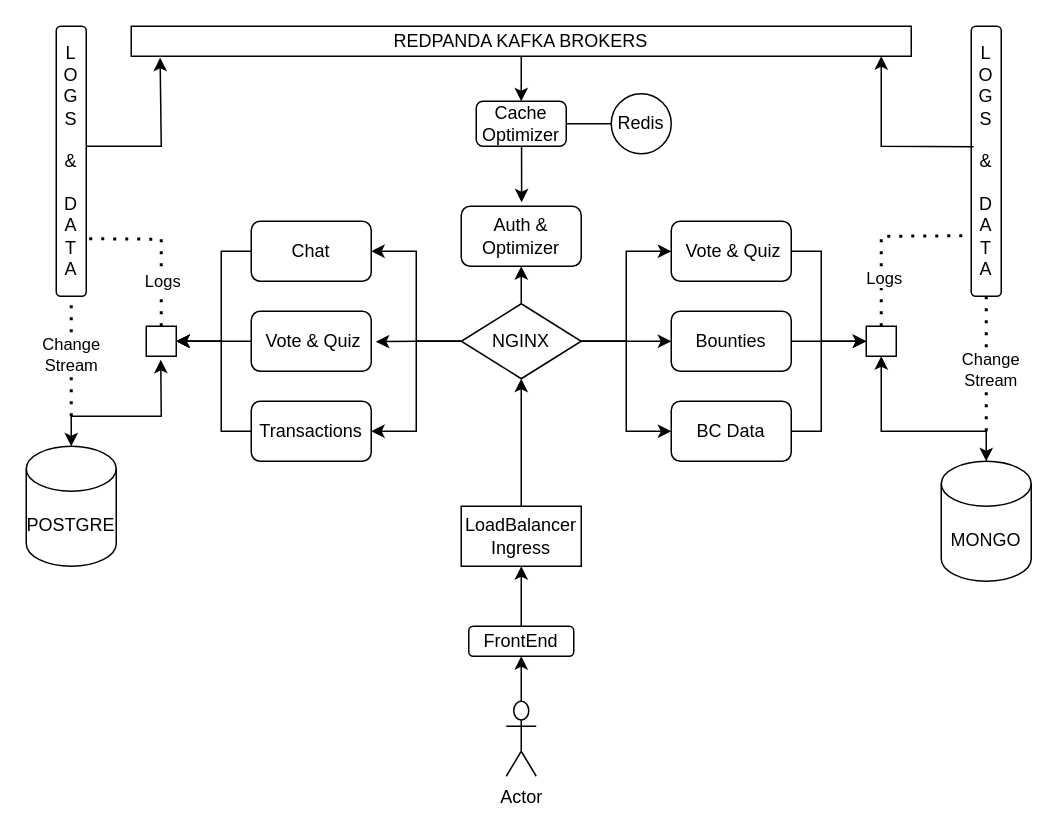
instamenta/HEXA-LEDGER keeps this draw.io diagram as Architecture.drawio. Above is the earlier version. Source tidied: cells renumbered, new cells numbered last; positions are measured from the earlier drawing's top-left corner, leaving out a move shared by most shapes. Both pictures are drawn from the tidied source at 150%, with x=0, y=0 at pixel (26, 26).
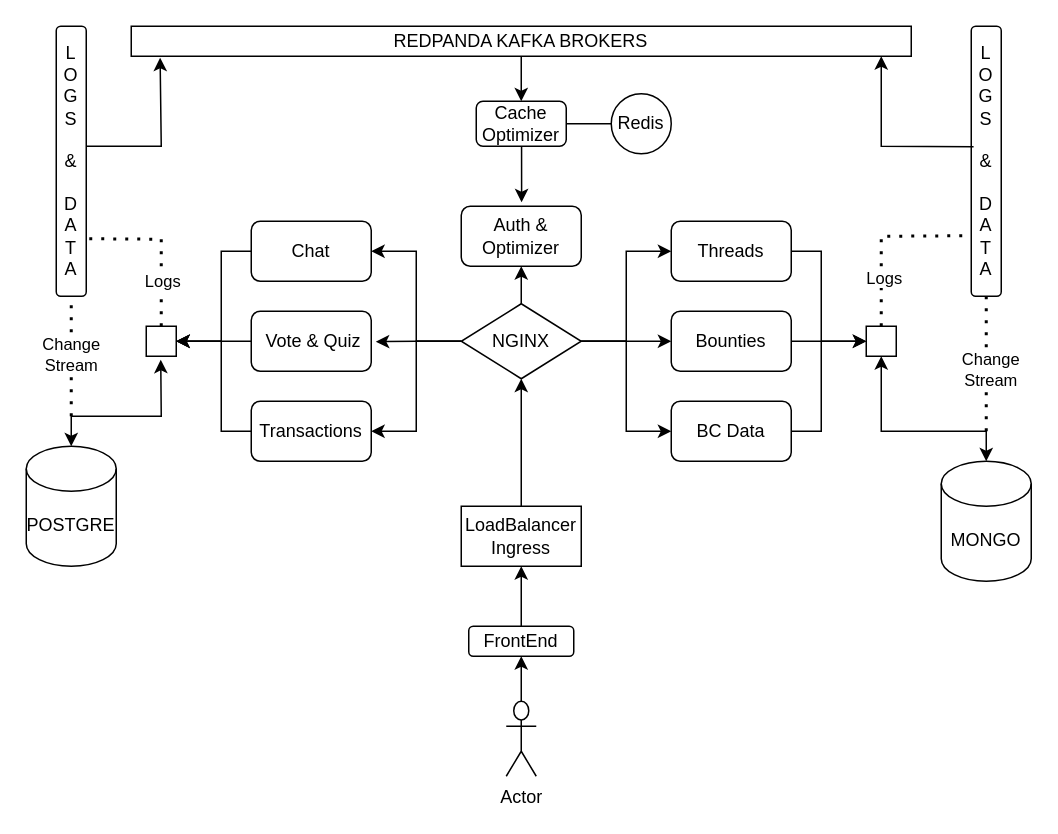
The same page after the edit.

What changed in the source:
```diff
@@
-    <mxCell id="24" value="&amp;nbsp;Vote &amp;amp; Quiz" style="rounded=1;whiteSpace=wrap;html=1;" parent="1" vertex="1">
+    <mxCell id="24" value="Threads" style="rounded=1;whiteSpace=wrap;html=1;" parent="1" vertex="1">
       <mxGeometry x="430" y="130" width="80" height="40" as="geometry" />
     </mxCell>
```
